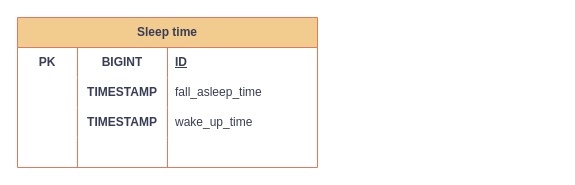
Earlier version of the draw.io diagram src/main/tables/Family_Bot.drawio (AntonioBrightside/Family-Telegram-Bot). Source tidied: cells renumbered, new cells numbered last; positions are measured from the earlier drawing's top-left corner, leaving out a move shared by most shapes. Both pictures are drawn from the tidied source at 100%, with x=0, y=0 at pixel (17, 17).
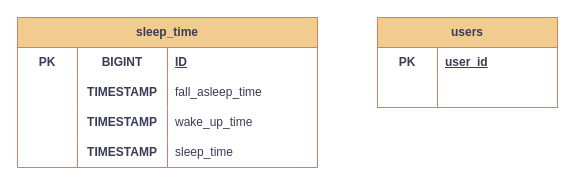
The same page after the edit.

Unchanged cells that the change refers to:
```xml
<mxCell id="15" style="shape=tableRow;horizontal=0;startSize=0;swimlaneHead=0;swimlaneBody=0;fillColor=none;top=0;left=0;right=0;bottom=0;html=1;strokeColor=#E07A5F;fontColor=#393C56;" parent="2" vertex="1">
  <mxGeometry y="120" width="300" height="30" as="geometry" />
</mxCell>
```

Diff of the diagram source:
```diff
@@
-    <mxCell id="2" value="Sleep time" style="shape=table;startSize=30;childLayout=tableLayout;rowLines=0;fontStyle=1;align=center;html=1;whiteSpace=wrap;strokeColor=#E07A5F;fontColor=#393C56;fillColor=#F2CC8F;perimeterSpacing=1;" parent="1" vertex="1">
+    <mxCell id="2" value="sleep_time" style="shape=table;startSize=30;childLayout=tableLayout;rowLines=0;fontStyle=1;align=center;html=1;whiteSpace=wrap;strokeColor=#E07A5F;fontColor=#393C56;fillColor=#F2CC8F;perimeterSpacing=1;" parent="1" vertex="1">
       <mxGeometry width="300" height="150" as="geometry" />
     </mxCell>
@@
-    <mxCell id="18" style="shape=partialRectangle;fillColor=none;top=0;left=0;bottom=0;right=0;align=left;spacingLeft=6;overflow=hidden;html=1;whiteSpace=wrap;strokeColor=#E07A5F;fontColor=#393C56;" parent="15" vertex="1">
+    <mxCell id="18" value="sleep_time" style="shape=partialRectangle;fillColor=none;top=0;left=0;bottom=0;right=0;align=left;spacingLeft=6;overflow=hidden;html=1;whiteSpace=wrap;strokeColor=#E07A5F;fontColor=#393C56;" parent="15" vertex="1">
       <mxGeometry x="150" width="150" height="30" as="geometry" />
     </mxCell>
@@
+    <mxCell id="21" value="TIMESTAMP" style="shape=partialRectangle;fillColor=none;top=0;left=0;bottom=0;right=0;overflow=hidden;html=1;whiteSpace=wrap;strokeColor=#E07A5F;fontColor=#393C56;fontStyle=1;" parent="1" vertex="1">
+      <mxGeometry x="60" y="120" width="90" height="30" as="geometry" />
+    </mxCell>
+    <mxCell id="22" value="users" style="shape=table;startSize=30;childLayout=tableLayout;rowLines=0;fontStyle=1;align=center;html=1;whiteSpace=wrap;strokeColor=#E07A5F;fontColor=#393C56;fillColor=#F2CC8F;" parent="1" vertex="1">
+      <mxGeometry x="360" width="180" height="90" as="geometry" />
+    </mxCell>
+    <mxCell id="23" style="shape=tableRow;horizontal=0;startSize=0;swimlaneHead=0;swimlaneBody=0;fillColor=none;top=0;left=0;right=0;bottom=0;html=1;strokeColor=#E07A5F;fontColor=#393C56;" parent="22" vertex="1">
+      <mxGeometry y="30" width="180" height="30" as="geometry" />
+    </mxCell>
+    <mxCell id="24" value="PK" style="shape=partialRectangle;fillColor=none;top=0;left=0;bottom=0;right=0;fontStyle=1;overflow=hidden;html=1;whiteSpace=wrap;strokeColor=#E07A5F;fontColor=#393C56;" parent="23" vertex="1">
+      <mxGeometry width="60" height="30" as="geometry" />
+    </mxCell>
+    <mxCell id="25" value="user_id" style="shape=partialRectangle;fillColor=none;top=0;left=0;bottom=0;right=0;align=left;spacingLeft=6;fontStyle=5;overflow=hidden;html=1;whiteSpace=wrap;strokeColor=#E07A5F;fontColor=#393C56;" parent="23" vertex="1">
+      <mxGeometry x="60" width="120" height="30" as="geometry" />
+    </mxCell>
+    <mxCell id="26" style="shape=tableRow;horizontal=0;startSize=0;swimlaneHead=0;swimlaneBody=0;fillColor=none;top=0;left=0;right=0;bottom=1;html=1;strokeColor=#E07A5F;fontColor=#393C56;" parent="22" vertex="1">
+      <mxGeometry y="60" width="180" height="30" as="geometry" />
+    </mxCell>
+    <mxCell id="27" style="shape=partialRectangle;fillColor=none;top=0;left=0;bottom=0;right=0;fontStyle=1;overflow=hidden;html=1;whiteSpace=wrap;strokeColor=#E07A5F;fontColor=#393C56;" parent="26" vertex="1">
+      <mxGeometry width="60" height="30" as="geometry" />
+    </mxCell>
+    <mxCell id="28" style="shape=partialRectangle;fillColor=none;top=0;left=0;bottom=0;right=0;align=left;spacingLeft=6;fontStyle=5;overflow=hidden;html=1;whiteSpace=wrap;strokeColor=#E07A5F;fontColor=#393C56;" parent="26" vertex="1">
+      <mxGeometry x="60" width="120" height="30" as="geometry" />
+    </mxCell>
```
